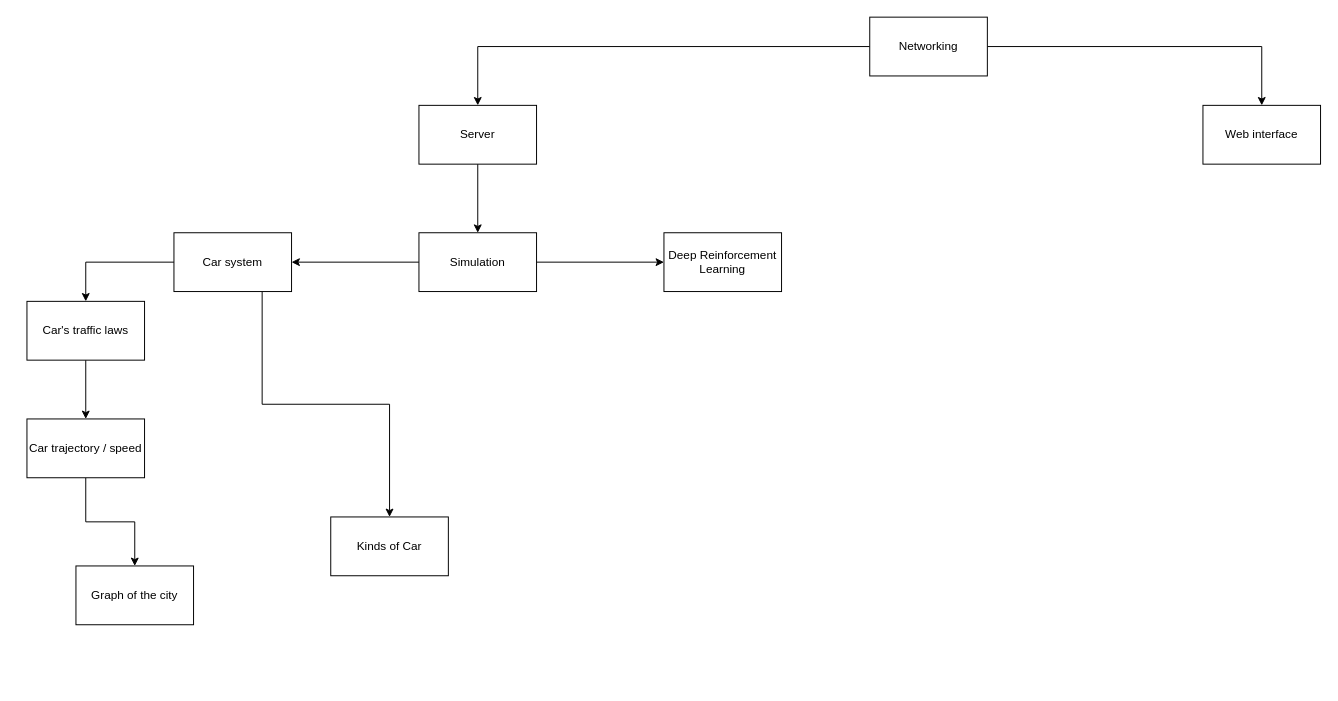
Before: trafficLight.drawio in melpiro/Chess, a draw.io diagram. Source tidied: cells renumbered, new cells numbered last; positions are measured from the earlier drawing's top-left corner, leaving out a move shared by most shapes. Both pictures are drawn from the tidied source at 98%, with x=0, y=0 at pixel (26, 17).
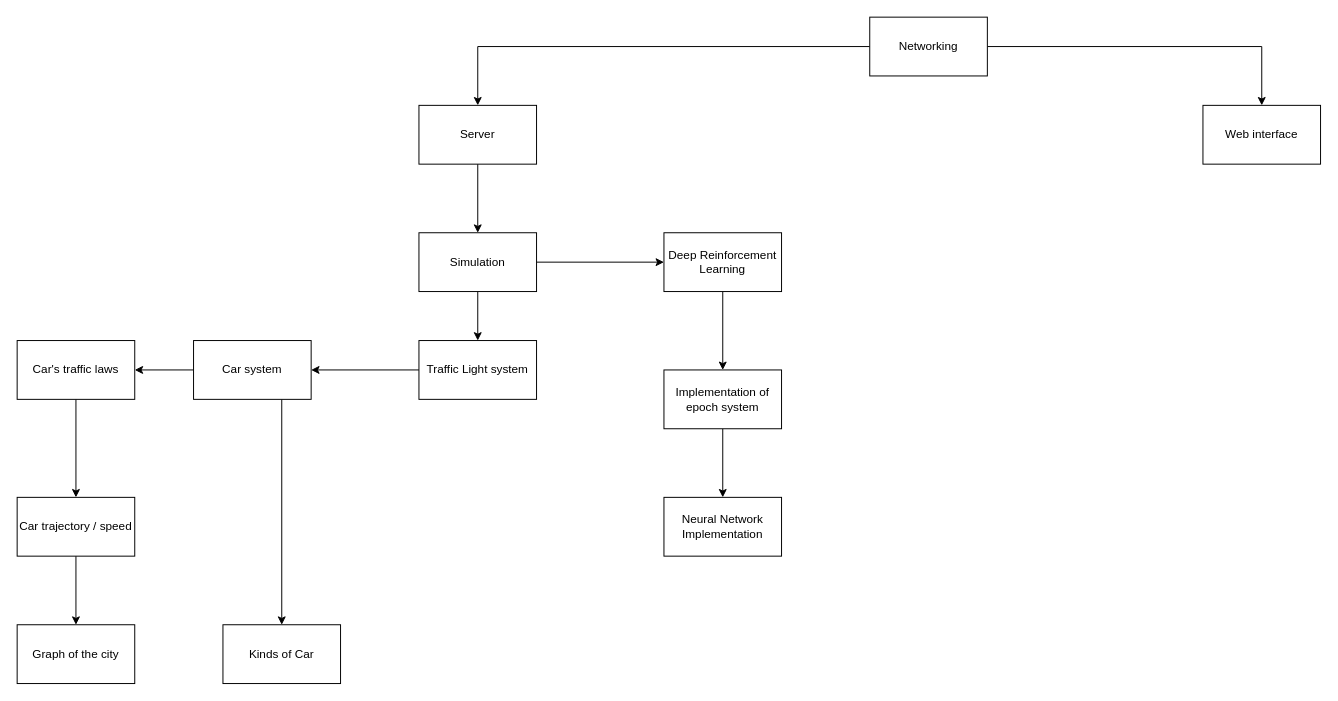
The same page after the edit.

Unchanged cells that the change refers to:
```xml
<mxCell id="7" value="Simulation" style="rounded=0;whiteSpace=wrap;html=1;" parent="1" vertex="1">
  <mxGeometry x="400" y="220" width="120" height="60" as="geometry" />
</mxCell>
<mxCell id="11" value="Deep Reinforcement Learning" style="rounded=0;whiteSpace=wrap;html=1;" parent="1" vertex="1">
  <mxGeometry x="650" y="220" width="120" height="60" as="geometry" />
</mxCell>
```

Diff of the diagram source:
```diff
@@
-    <mxCell id="6" style="edgeStyle=orthogonalEdgeStyle;rounded=0;jettySize=auto;html=1;exitX=0;exitY=0.5;exitDx=0;exitDy=0;entryX=1;entryY=0.5;entryDx=0;entryDy=0;" parent="1" edge="1" source="7" target="14">
+    <mxCell id="6" style="edgeStyle=orthogonalEdgeStyle;rounded=0;jettySize=auto;html=1;exitX=0;exitY=0.5;exitDx=0;exitDy=0;entryX=1;entryY=0.5;entryDx=0;entryDy=0;" parent="1" edge="1" source="26" target="14">
       <mxGeometry relative="1" as="geometry" />
     </mxCell>
+    <mxCell id="21" style="edgeStyle=orthogonalEdgeStyle;rounded=0;jettySize=auto;html=1;exitX=0.5;exitY=1;exitDx=0;exitDy=0;" parent="1" edge="1" source="7" target="26">
+      <mxGeometry relative="1" as="geometry" />
+    </mxCell>
@@
     <mxCell id="8" value="Graph of the city" style="rounded=0;whiteSpace=wrap;html=1;" parent="1" vertex="1">
-      <mxGeometry x="50" y="560" width="120" height="60" as="geometry" />
+      <mxGeometry x="-10" y="620" width="120" height="60" as="geometry" />
     </mxCell>
@@
     <mxCell id="10" value="Car trajectory / speed" style="rounded=0;whiteSpace=wrap;html=1;" parent="1" vertex="1">
-      <mxGeometry y="410" width="120" height="60" as="geometry" />
+      <mxGeometry x="-10" y="490" width="120" height="60" as="geometry" />
     </mxCell>
+    <mxCell id="22" style="edgeStyle=orthogonalEdgeStyle;rounded=0;jettySize=auto;html=1;exitX=0.5;exitY=1;exitDx=0;exitDy=0;" parent="1" edge="1" source="11" target="24">
+      <mxGeometry relative="1" as="geometry" />
+    </mxCell>
@@
-    <mxCell id="13" style="edgeStyle=orthogonalEdgeStyle;rounded=0;jettySize=auto;html=1;exitX=0;exitY=0.5;exitDx=0;exitDy=0;entryX=0.5;entryY=0;entryDx=0;entryDy=0;" parent="1" edge="1" source="14" target="20">
+    <mxCell id="13" style="edgeStyle=orthogonalEdgeStyle;rounded=0;jettySize=auto;html=1;exitX=0;exitY=0.5;exitDx=0;exitDy=0;entryX=1;entryY=0.5;entryDx=0;entryDy=0;" parent="1" edge="1" source="14" target="20">
       <mxGeometry relative="1" as="geometry" />
     </mxCell>
     <mxCell id="14" value="Car system" style="rounded=0;whiteSpace=wrap;html=1;" parent="1" vertex="1">
-      <mxGeometry x="150" y="220" width="120" height="60" as="geometry" />
+      <mxGeometry x="170" y="330" width="120" height="60" as="geometry" />
     </mxCell>
     <mxCell id="15" value="Kinds of Car" style="rounded=0;whiteSpace=wrap;html=1;" parent="1" vertex="1">
-      <mxGeometry x="310" y="510" width="120" height="60" as="geometry" />
+      <mxGeometry x="200" y="620" width="120" height="60" as="geometry" />
     </mxCell>
@@
     <mxCell id="20" value="Car's traffic laws" style="rounded=0;whiteSpace=wrap;html=1;" parent="1" vertex="1">
-      <mxGeometry y="290" width="120" height="60" as="geometry" />
+      <mxGeometry x="-10" y="330" width="120" height="60" as="geometry" />
     </mxCell>
+    <mxCell id="23" style="edgeStyle=orthogonalEdgeStyle;rounded=0;jettySize=auto;html=1;exitX=0.5;exitY=1;exitDx=0;exitDy=0;" parent="1" edge="1" source="24" target="25">
+      <mxGeometry relative="1" as="geometry" />
+    </mxCell>
+    <mxCell id="24" value="Implementation of epoch system" style="rounded=0;whiteSpace=wrap;html=1;" parent="1" vertex="1">
+      <mxGeometry x="650" y="360" width="120" height="60" as="geometry" />
+    </mxCell>
+    <mxCell id="25" value="Neural Network Implementation" style="rounded=0;whiteSpace=wrap;html=1;" parent="1" vertex="1">
+      <mxGeometry x="650" y="490" width="120" height="60" as="geometry" />
+    </mxCell>
+    <mxCell id="26" value="Traffic Light system" style="rounded=0;whiteSpace=wrap;html=1;" parent="1" vertex="1">
+      <mxGeometry x="400" y="330" width="120" height="60" as="geometry" />
+    </mxCell>
```
